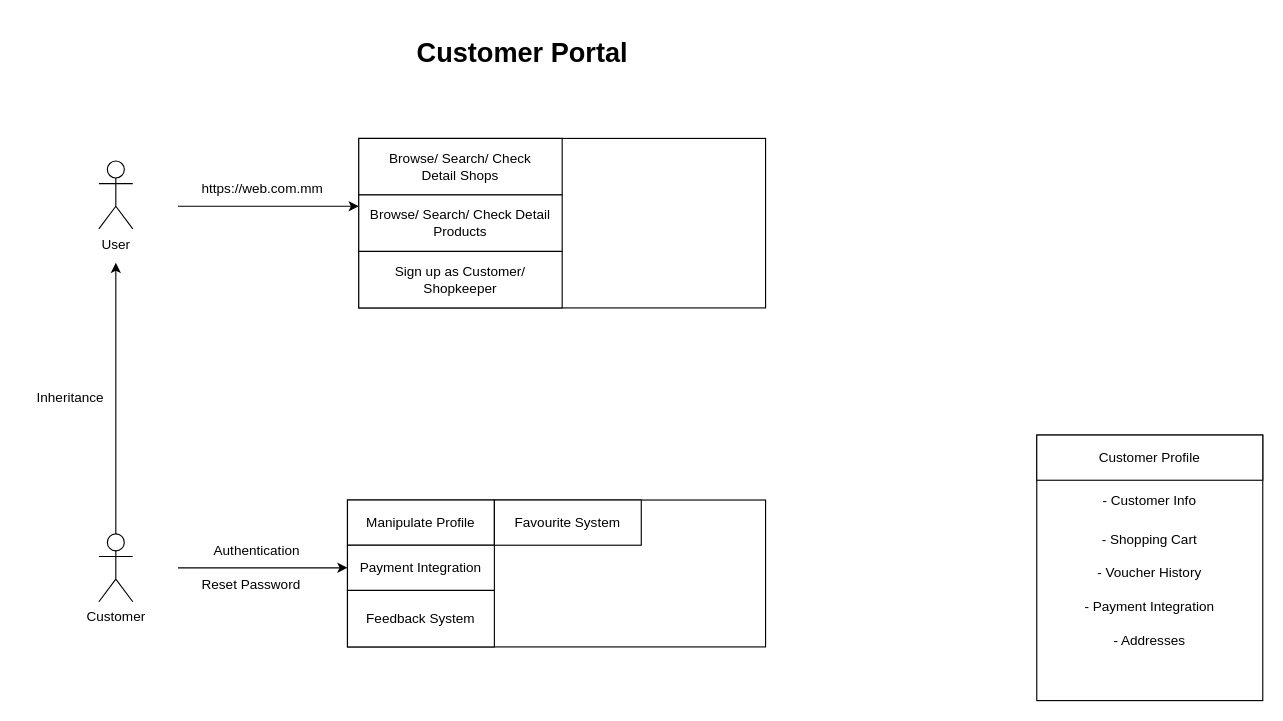
The draw.io diagram docs/work-flow/customer-workflow.drawio in HanlinTheDEVELOPER/OmniMarket, before the edit. Source tidied: cells renumbered, new cells numbered last; positions are measured from the earlier drawing's top-left corner, leaving out a move shared by most shapes. Both pictures are drawn from the tidied source at 113%, with x=0, y=0 at pixel (19, 36).
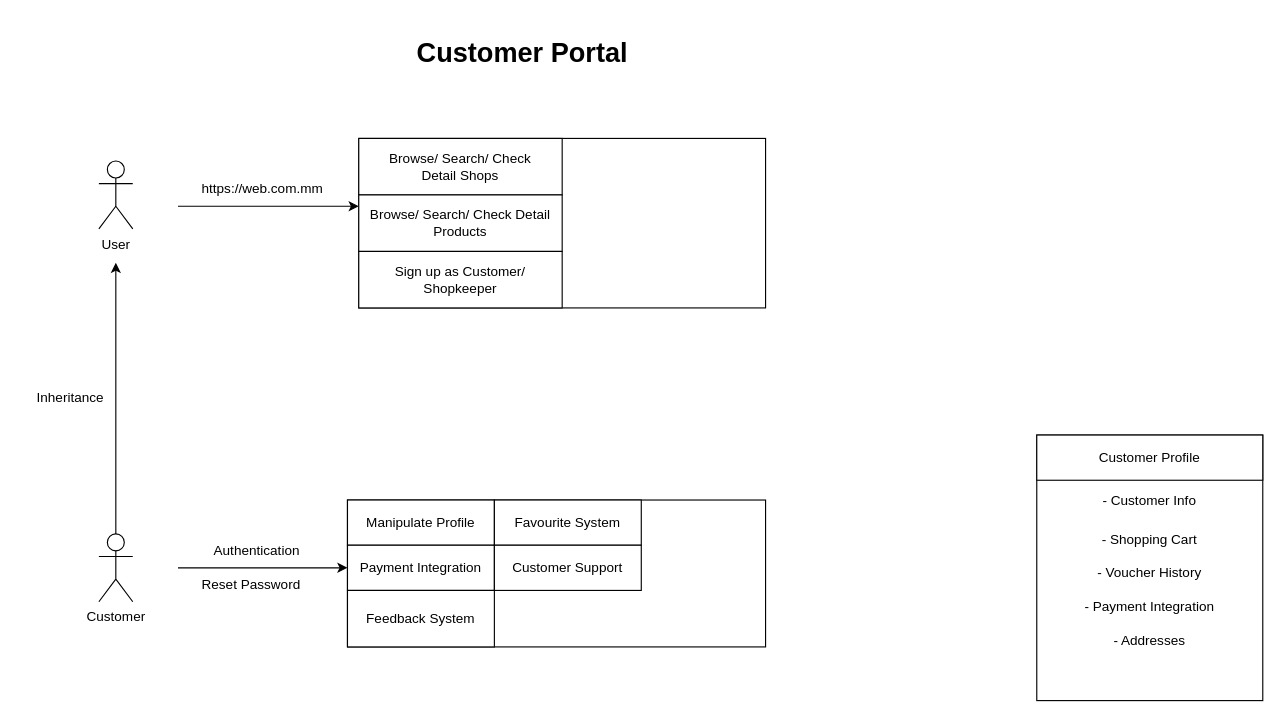
The same page after the edit.

Commit message (it also covers changes not shown here):
docs: add shopkeeper workflow

Change to the diagram source:
```diff
@@
+    <mxCell id="29" value="Customer Support" style="rounded=0;whiteSpace=wrap;html=1;" parent="1" vertex="1">
+      <mxGeometry x="420" y="450" width="130" height="40" as="geometry" />
+    </mxCell>
```
